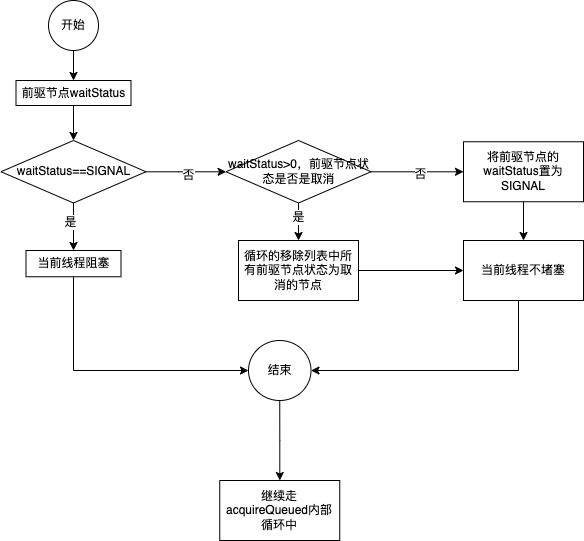
Earlier version of the draw.io export ReentrantLock4.png (zhaole0606/pic). Source tidied: cells renumbered, new cells last; positions are measured from the earlier drawing's top-left corner, leaving out a move shared by most shapes.
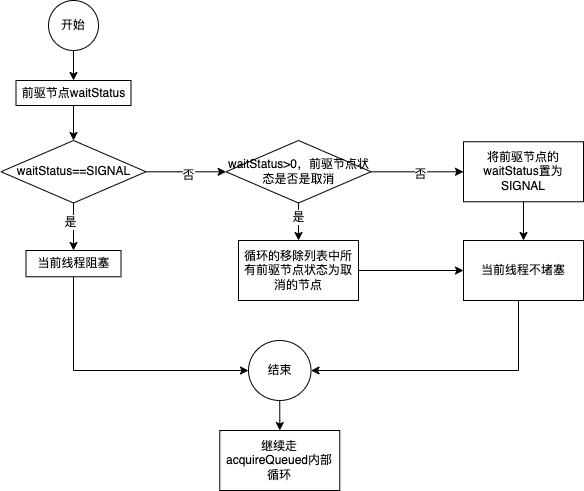
The same file after the commit.

Change to the diagram source:
```diff
@@ -87,8 +87,8 @@
     <mxCell id="25" value="结束" style="ellipse;whiteSpace=wrap;html=1;" parent="1" vertex="1">
       <mxGeometry x="248" y="340" width="62.5" height="60" as="geometry" />
     </mxCell>
-    <mxCell id="26" value="继续走acquireQueued内部循环中" style="whiteSpace=wrap;html=1;" parent="1" vertex="1">
-      <mxGeometry x="219.2" y="480" width="120" height="60" as="geometry" />
+    <mxCell id="26" value="继续走acquireQueued内部循环" style="whiteSpace=wrap;html=1;" parent="1" vertex="1">
+      <mxGeometry x="219.2" y="430" width="120" height="60" as="geometry" />
     </mxCell>
   </root>
 </mxGraphModel>
```
